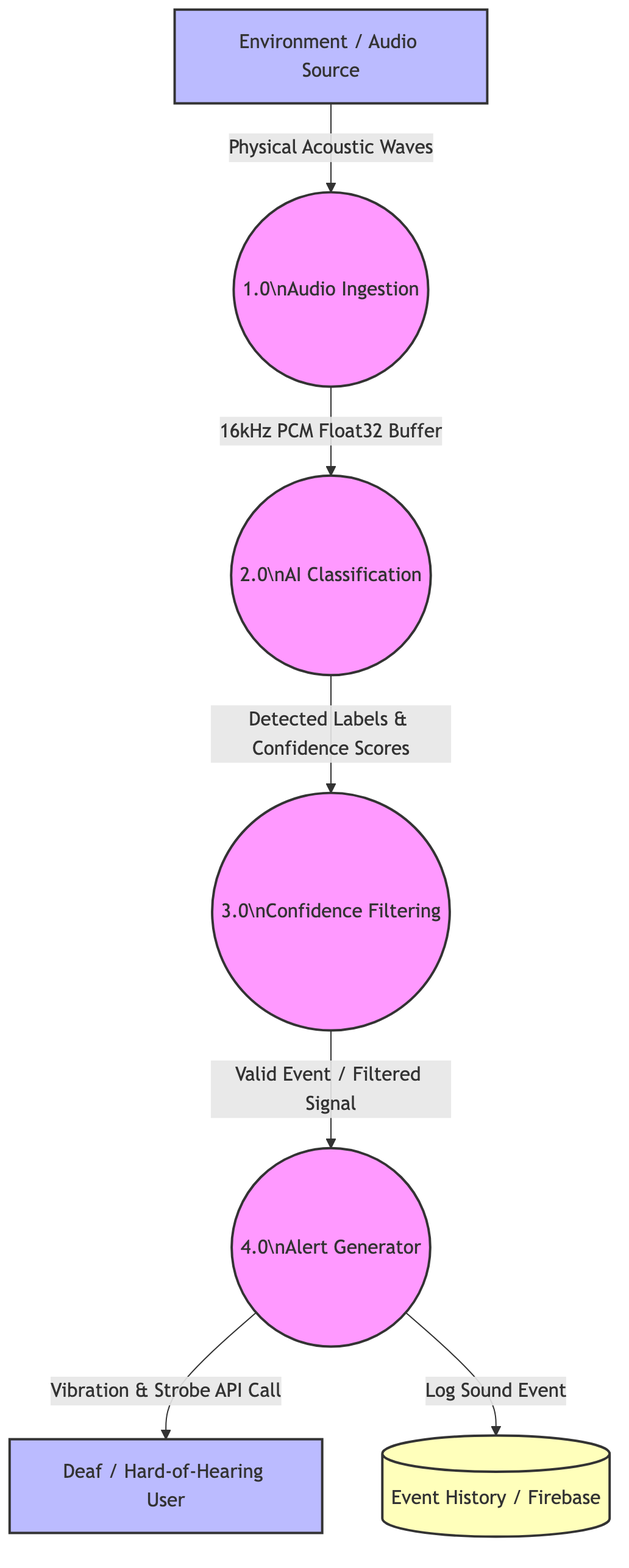
Before: hearalertt/01_dfd.png, a diagram exported from Mermaid (pyabu/hearalert_v1.0). Its source is kept beside it as hearalertt/01_dfd.mmd.
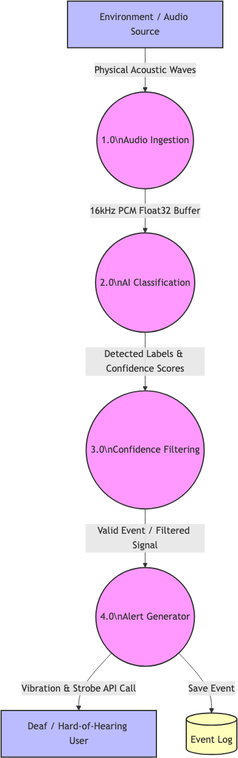
Above is the later version.

Change to the diagram source:
```diff
@@ -7,14 +7,14 @@
     P3((3.0\nConfidence Filtering))
     P4((4.0\nAlert Generator))
 
-    DB[(Event History / Firebase)]
+    DB[(Event Log)]
 
     ENV -- Physical Acoustic Waves --> P1
     P1 -- 16kHz PCM Float32 Buffer --> P2
     P2 -- Detected Labels & Confidence Scores --> P3
     P3 -- Valid Event / Filtered Signal --> P4
     P4 -- Vibration & Strobe API Call --> USER
-    P4 -- Log Sound Event --> DB
+    P4 -- Save Event --> DB
 
     classDef process fill:#f9f,stroke:#333,stroke-width:2px;
     classDef entity fill:#bbf,stroke:#333,stroke-width:2px;
```
